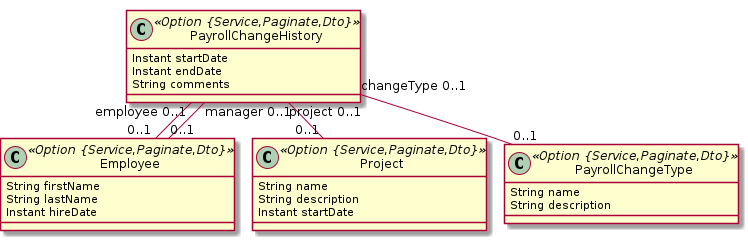
This is capachama.png from garodriguezlp/capachama, a PlantUML export, as it was before one commit.
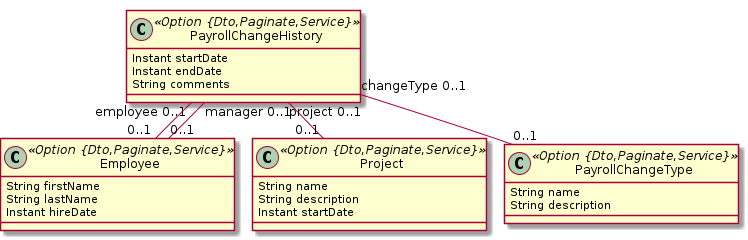
After the change.

Diff of the diagram source:
```diff
@@ -1,21 +1,21 @@
 @startuml
 	!pragma graphviz_dot jdot
 	!pragma syntax class
-	class Employee <<Option {Service,Paginate,Dto}>> {
+	class Employee <<Option {Dto,Paginate,Service}>> {
 		String firstName
 		String lastName
 		Instant hireDate
 	}
-	class Project <<Option {Service,Paginate,Dto}>> {
+	class Project <<Option {Dto,Paginate,Service}>> {
 		String name
 		String description
 		Instant startDate
 	}
-	class PayrollChangeType <<Option {Service,Paginate,Dto}>> {
+	class PayrollChangeType <<Option {Dto,Paginate,Service}>> {
 		String name
 		String description
 	}
-	class PayrollChangeHistory <<Option {Service,Paginate,Dto}>> {
+	class PayrollChangeHistory <<Option {Dto,Paginate,Service}>> {
 		Instant startDate
 		Instant endDate
 		String comments
```
